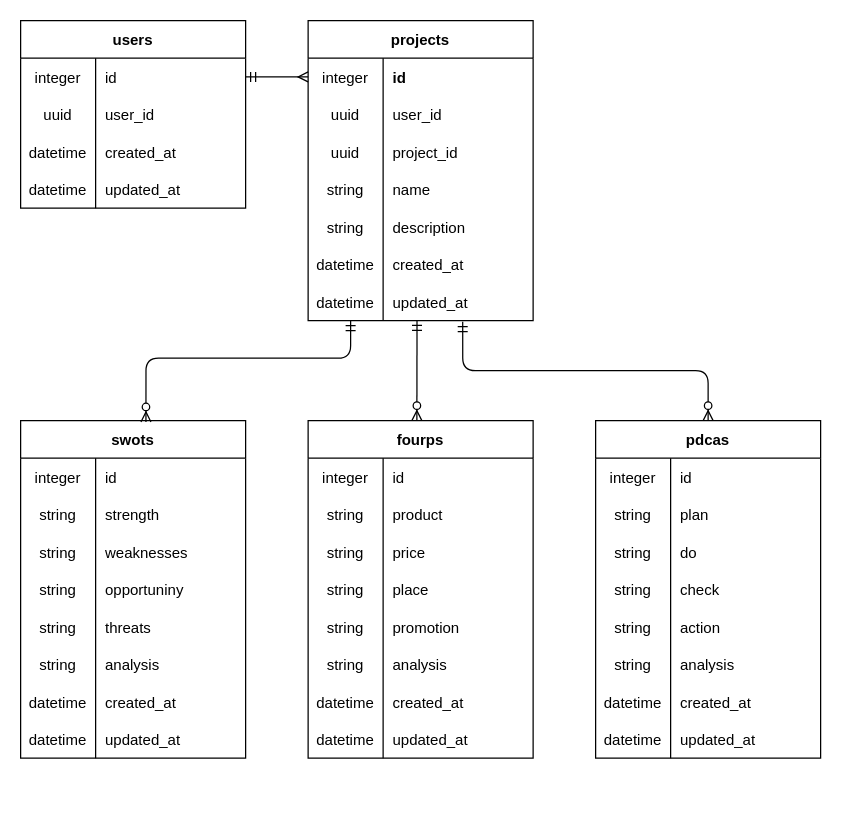
Before: er.dio in es-ki/Frameworkers, a draw.io diagram. Source tidied: cells renumbered, new cells numbered last; positions are measured from the earlier drawing's top-left corner, leaving out a move shared by most shapes. Both pictures are drawn from the tidied source at 125%, with x=0, y=0 at pixel (20, 20).
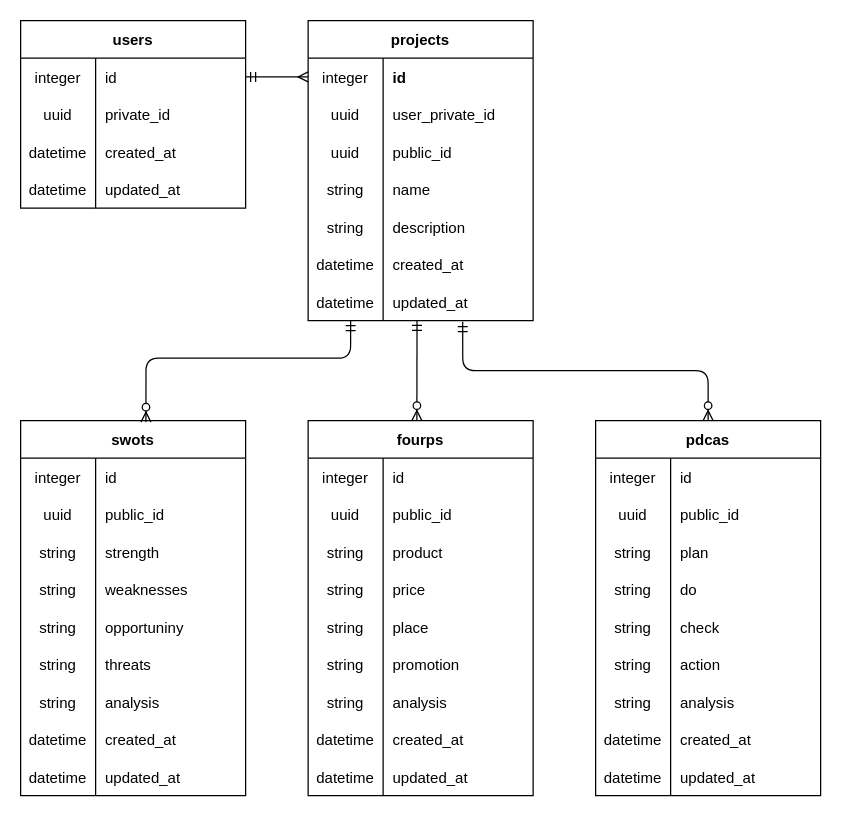
The same diagram, later.

Commit message (it also covers changes not shown here):
public_id追加

Unchanged cells that the change refers to:
```xml
<mxCell id="6" style="shape=tableRow;horizontal=0;startSize=0;swimlaneHead=0;swimlaneBody=0;fillColor=none;top=0;left=0;right=0;bottom=0;" parent="2" vertex="1">
  <mxGeometry y="60" width="180" height="30" as="geometry" />
</mxCell>
<mxCell id="19" style="shape=tableRow;horizontal=0;startSize=0;swimlaneHead=0;swimlaneBody=0;fillColor=none;top=0;left=0;right=0;bottom=0;" parent="15" vertex="1">
  <mxGeometry y="60" width="180" height="30" as="geometry" />
</mxCell>
<mxCell id="22" style="shape=tableRow;horizontal=0;startSize=0;swimlaneHead=0;swimlaneBody=0;fillColor=none;top=0;left=0;right=0;bottom=0;" parent="15" vertex="1">
  <mxGeometry y="90" width="180" height="30" as="geometry" />
</mxCell>
<mxCell id="34" style="shape=tableRow;horizontal=0;startSize=0;swimlaneHead=0;swimlaneBody=0;fillColor=none;points=[[0,0.5],[1,0.5]];portConstraint=eastwest;top=0;left=0;right=0;bottom=0;" parent="15" vertex="1">
  <mxGeometry y="210" width="180" height="30" as="geometry" />
</mxCell>
```

The edit, as a diff of the source:
```diff
@@
-    <mxCell id="8" value="user_id" style="shape=partialRectangle;fillColor=none;top=0;left=0;bottom=0;right=0;align=left;spacingLeft=6;overflow=hidden;" parent="6" vertex="1">
+    <mxCell id="8" value="private_id" style="shape=partialRectangle;fillColor=none;top=0;left=0;bottom=0;right=0;align=left;spacingLeft=6;overflow=hidden;" parent="6" vertex="1">
       <mxGeometry x="60" width="120" height="30" as="geometry" />
     </mxCell>
@@
-    <mxCell id="21" value="user_id" style="shape=partialRectangle;fillColor=none;top=0;left=0;bottom=0;right=0;align=left;spacingLeft=6;overflow=hidden;" parent="19" vertex="1">
+    <mxCell id="21" value="user_private_id" style="shape=partialRectangle;fillColor=none;top=0;left=0;bottom=0;right=0;align=left;spacingLeft=6;overflow=hidden;" parent="19" vertex="1">
       <mxGeometry x="60" width="120" height="30" as="geometry" />
     </mxCell>
@@
-    <mxCell id="24" value="project_id" style="shape=partialRectangle;fillColor=none;top=0;left=0;bottom=0;right=0;align=left;spacingLeft=6;overflow=hidden;" parent="22" vertex="1">
+    <mxCell id="24" value="public_id" style="shape=partialRectangle;fillColor=none;top=0;left=0;bottom=0;right=0;align=left;spacingLeft=6;overflow=hidden;" parent="22" vertex="1">
       <mxGeometry x="60" width="120" height="30" as="geometry" />
     </mxCell>
@@
     <mxCell id="38" value="swots" style="shape=table;startSize=30;childLayout=tableLayout;rowLines=0;fontStyle=1;align=center;" parent="1" vertex="1">
-      <mxGeometry y="320" width="180" height="270" as="geometry" />
+      <mxGeometry y="320" width="180" height="300" as="geometry" />
     </mxCell>
@@
+    <mxCell id="116" style="shape=tableRow;horizontal=0;startSize=0;swimlaneHead=0;swimlaneBody=0;fillColor=none;top=0;left=0;right=0;bottom=0;" parent="38" vertex="1">
+      <mxGeometry y="60" width="180" height="30" as="geometry" />
+    </mxCell>
+    <mxCell id="117" value="uuid" style="shape=partialRectangle;fillColor=none;top=0;left=0;bottom=0;right=0;overflow=hidden;" parent="116" vertex="1">
+      <mxGeometry width="60" height="30" as="geometry" />
+    </mxCell>
+    <mxCell id="118" value="public_id" style="shape=partialRectangle;fillColor=none;top=0;left=0;bottom=0;right=0;align=left;spacingLeft=6;overflow=hidden;" parent="116" vertex="1">
+      <mxGeometry x="60" width="120" height="30" as="geometry" />
+    </mxCell>
     <mxCell id="42" style="shape=tableRow;horizontal=0;startSize=0;swimlaneHead=0;swimlaneBody=0;fillColor=none;top=0;left=0;right=0;bottom=0;" parent="38" vertex="1">
-      <mxGeometry y="60" width="180" height="30" as="geometry" />
+      <mxGeometry y="90" width="180" height="30" as="geometry" />
     </mxCell>
@@
     <mxCell id="45" style="shape=tableRow;horizontal=0;startSize=0;swimlaneHead=0;swimlaneBody=0;fillColor=none;top=0;left=0;right=0;bottom=0;" parent="38" vertex="1">
-      <mxGeometry y="90" width="180" height="30" as="geometry" />
+      <mxGeometry y="120" width="180" height="30" as="geometry" />
     </mxCell>
@@
     <mxCell id="48" style="shape=tableRow;horizontal=0;startSize=0;swimlaneHead=0;swimlaneBody=0;fillColor=none;top=0;left=0;right=0;bottom=0;" parent="38" vertex="1">
-      <mxGeometry y="120" width="180" height="30" as="geometry" />
+      <mxGeometry y="150" width="180" height="30" as="geometry" />
     </mxCell>
@@
     <mxCell id="51" style="shape=tableRow;horizontal=0;startSize=0;swimlaneHead=0;swimlaneBody=0;fillColor=none;top=0;left=0;right=0;bottom=0;" parent="38" vertex="1">
-      <mxGeometry y="150" width="180" height="30" as="geometry" />
+      <mxGeometry y="180" width="180" height="30" as="geometry" />
     </mxCell>
@@
     <mxCell id="54" style="shape=tableRow;horizontal=0;startSize=0;swimlaneHead=0;swimlaneBody=0;fillColor=none;top=0;left=0;right=0;bottom=0;" parent="38" vertex="1">
-      <mxGeometry y="180" width="180" height="30" as="geometry" />
+      <mxGeometry y="210" width="180" height="30" as="geometry" />
     </mxCell>
@@
     <mxCell id="57" style="shape=tableRow;horizontal=0;startSize=0;swimlaneHead=0;swimlaneBody=0;fillColor=none;top=0;left=0;right=0;bottom=0;" parent="38" vertex="1">
-      <mxGeometry y="210" width="180" height="30" as="geometry" />
+      <mxGeometry y="240" width="180" height="30" as="geometry" />
     </mxCell>
@@
     <mxCell id="60" style="shape=tableRow;horizontal=0;startSize=0;swimlaneHead=0;swimlaneBody=0;fillColor=none;top=0;left=0;right=0;bottom=0;" parent="38" vertex="1">
-      <mxGeometry y="240" width="180" height="30" as="geometry" />
+      <mxGeometry y="270" width="180" height="30" as="geometry" />
     </mxCell>
@@
     <mxCell id="63" value="fourps" style="shape=table;startSize=30;childLayout=tableLayout;rowLines=0;fontStyle=1;align=center;" parent="1" vertex="1">
-      <mxGeometry x="230" y="320" width="180" height="270" as="geometry" />
+      <mxGeometry x="230" y="320" width="180" height="300" as="geometry" />
     </mxCell>
@@
+    <mxCell id="119" style="shape=tableRow;horizontal=0;startSize=0;swimlaneHead=0;swimlaneBody=0;fillColor=none;top=0;left=0;right=0;bottom=0;" parent="63" vertex="1">
+      <mxGeometry y="60" width="180" height="30" as="geometry" />
+    </mxCell>
+    <mxCell id="120" value="uuid" style="shape=partialRectangle;fillColor=none;top=0;left=0;bottom=0;right=0;overflow=hidden;" parent="119" vertex="1">
+      <mxGeometry width="60" height="30" as="geometry" />
+    </mxCell>
+    <mxCell id="121" value="public_id" style="shape=partialRectangle;fillColor=none;top=0;left=0;bottom=0;right=0;align=left;spacingLeft=6;overflow=hidden;" parent="119" vertex="1">
+      <mxGeometry x="60" width="120" height="30" as="geometry" />
+    </mxCell>
     <mxCell id="67" style="shape=tableRow;horizontal=0;startSize=0;swimlaneHead=0;swimlaneBody=0;fillColor=none;top=0;left=0;right=0;bottom=0;" parent="63" vertex="1">
-      <mxGeometry y="60" width="180" height="30" as="geometry" />
+      <mxGeometry y="90" width="180" height="30" as="geometry" />
     </mxCell>
@@
     <mxCell id="70" style="shape=tableRow;horizontal=0;startSize=0;swimlaneHead=0;swimlaneBody=0;fillColor=none;top=0;left=0;right=0;bottom=0;" parent="63" vertex="1">
-      <mxGeometry y="90" width="180" height="30" as="geometry" />
+      <mxGeometry y="120" width="180" height="30" as="geometry" />
     </mxCell>
@@
     <mxCell id="73" style="shape=tableRow;horizontal=0;startSize=0;swimlaneHead=0;swimlaneBody=0;fillColor=none;top=0;left=0;right=0;bottom=0;" parent="63" vertex="1">
-      <mxGeometry y="120" width="180" height="30" as="geometry" />
+      <mxGeometry y="150" width="180" height="30" as="geometry" />
     </mxCell>
@@
     <mxCell id="76" style="shape=tableRow;horizontal=0;startSize=0;swimlaneHead=0;swimlaneBody=0;fillColor=none;top=0;left=0;right=0;bottom=0;" parent="63" vertex="1">
-      <mxGeometry y="150" width="180" height="30" as="geometry" />
+      <mxGeometry y="180" width="180" height="30" as="geometry" />
     </mxCell>
@@
     <mxCell id="79" style="shape=tableRow;horizontal=0;startSize=0;swimlaneHead=0;swimlaneBody=0;fillColor=none;top=0;left=0;right=0;bottom=0;" parent="63" vertex="1">
-      <mxGeometry y="180" width="180" height="30" as="geometry" />
+      <mxGeometry y="210" width="180" height="30" as="geometry" />
     </mxCell>
@@
     <mxCell id="82" style="shape=tableRow;horizontal=0;startSize=0;swimlaneHead=0;swimlaneBody=0;fillColor=none;top=0;left=0;right=0;bottom=0;" parent="63" vertex="1">
-      <mxGeometry y="210" width="180" height="30" as="geometry" />
+      <mxGeometry y="240" width="180" height="30" as="geometry" />
     </mxCell>
@@
     <mxCell id="85" style="shape=tableRow;horizontal=0;startSize=0;swimlaneHead=0;swimlaneBody=0;fillColor=none;top=0;left=0;right=0;bottom=0;" parent="63" vertex="1">
-      <mxGeometry y="240" width="180" height="30" as="geometry" />
+      <mxGeometry y="270" width="180" height="30" as="geometry" />
     </mxCell>
@@
     <mxCell id="88" value="pdcas" style="shape=table;startSize=30;childLayout=tableLayout;rowLines=0;fontStyle=1;align=center;" parent="1" vertex="1">
-      <mxGeometry x="460" y="320" width="180" height="270" as="geometry" />
+      <mxGeometry x="460" y="320" width="180" height="300" as="geometry" />
     </mxCell>
@@
+    <mxCell id="122" style="shape=tableRow;horizontal=0;startSize=0;swimlaneHead=0;swimlaneBody=0;fillColor=none;top=0;left=0;right=0;bottom=0;" parent="88" vertex="1">
+      <mxGeometry y="60" width="180" height="30" as="geometry" />
+    </mxCell>
+    <mxCell id="123" value="uuid" style="shape=partialRectangle;fillColor=none;top=0;left=0;bottom=0;right=0;overflow=hidden;" parent="122" vertex="1">
+      <mxGeometry width="60" height="30" as="geometry" />
+    </mxCell>
+    <mxCell id="124" value="public_id" style="shape=partialRectangle;fillColor=none;top=0;left=0;bottom=0;right=0;align=left;spacingLeft=6;overflow=hidden;" parent="122" vertex="1">
+      <mxGeometry x="60" width="120" height="30" as="geometry" />
+    </mxCell>
     <mxCell id="92" style="shape=tableRow;horizontal=0;startSize=0;swimlaneHead=0;swimlaneBody=0;fillColor=none;top=0;left=0;right=0;bottom=0;" parent="88" vertex="1">
-      <mxGeometry y="60" width="180" height="30" as="geometry" />
+      <mxGeometry y="90" width="180" height="30" as="geometry" />
     </mxCell>
@@
     <mxCell id="95" style="shape=tableRow;horizontal=0;startSize=0;swimlaneHead=0;swimlaneBody=0;fillColor=none;top=0;left=0;right=0;bottom=0;" parent="88" vertex="1">
-      <mxGeometry y="90" width="180" height="30" as="geometry" />
+      <mxGeometry y="120" width="180" height="30" as="geometry" />
     </mxCell>
@@
     <mxCell id="98" style="shape=tableRow;horizontal=0;startSize=0;swimlaneHead=0;swimlaneBody=0;fillColor=none;top=0;left=0;right=0;bottom=0;" parent="88" vertex="1">
-      <mxGeometry y="120" width="180" height="30" as="geometry" />
+      <mxGeometry y="150" width="180" height="30" as="geometry" />
     </mxCell>
@@
     <mxCell id="101" style="shape=tableRow;horizontal=0;startSize=0;swimlaneHead=0;swimlaneBody=0;fillColor=none;top=0;left=0;right=0;bottom=0;" parent="88" vertex="1">
-      <mxGeometry y="150" width="180" height="30" as="geometry" />
+      <mxGeometry y="180" width="180" height="30" as="geometry" />
     </mxCell>
@@
     <mxCell id="104" style="shape=tableRow;horizontal=0;startSize=0;swimlaneHead=0;swimlaneBody=0;fillColor=none;top=0;left=0;right=0;bottom=0;" parent="88" vertex="1">
-      <mxGeometry y="180" width="180" height="30" as="geometry" />
+      <mxGeometry y="210" width="180" height="30" as="geometry" />
     </mxCell>
@@
     <mxCell id="107" style="shape=tableRow;horizontal=0;startSize=0;swimlaneHead=0;swimlaneBody=0;fillColor=none;top=0;left=0;right=0;bottom=0;" parent="88" vertex="1">
-      <mxGeometry y="210" width="180" height="30" as="geometry" />
+      <mxGeometry y="240" width="180" height="30" as="geometry" />
     </mxCell>
@@
     <mxCell id="110" style="shape=tableRow;horizontal=0;startSize=0;swimlaneHead=0;swimlaneBody=0;fillColor=none;top=0;left=0;right=0;bottom=0;" parent="88" vertex="1">
-      <mxGeometry y="240" width="180" height="30" as="geometry" />
+      <mxGeometry y="270" width="180" height="30" as="geometry" />
     </mxCell>
@@
-    <mxCell id="113" style="edgeStyle=orthogonalEdgeStyle;fontSize=12;html=1;endArrow=ERzeroToMany;startArrow=ERmandOne;entryX=0.557;entryY=0.004;entryDx=0;entryDy=0;entryPerimeter=0;" parent="1" edge="1" target="38">
+    <mxCell id="113" style="edgeStyle=orthogonalEdgeStyle;fontSize=12;html=1;endArrow=ERzeroToMany;startArrow=ERmandOne;entryX=0.557;entryY=0.004;entryDx=0;entryDy=0;entryPerimeter=0;" parent="1" edge="1" source="34" target="38">
       <mxGeometry relative="1" as="geometry">
-        <mxPoint x="264" y="240" as="sourcePoint" />
         <Array as="points">
           <mxPoint x="264" y="270" />
           <mxPoint x="100" y="270" />
         </Array>
       </mxGeometry>
     </mxCell>
```
